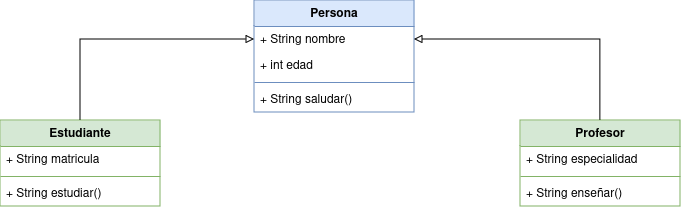
Above: images/diagrama_academica.png in Cdiagal/gestion_academica (draw.io), before the change. Source tidied: cells renumbered, new cells last; positions are measured from the earlier drawing's top-left corner, leaving out a move shared by most shapes.
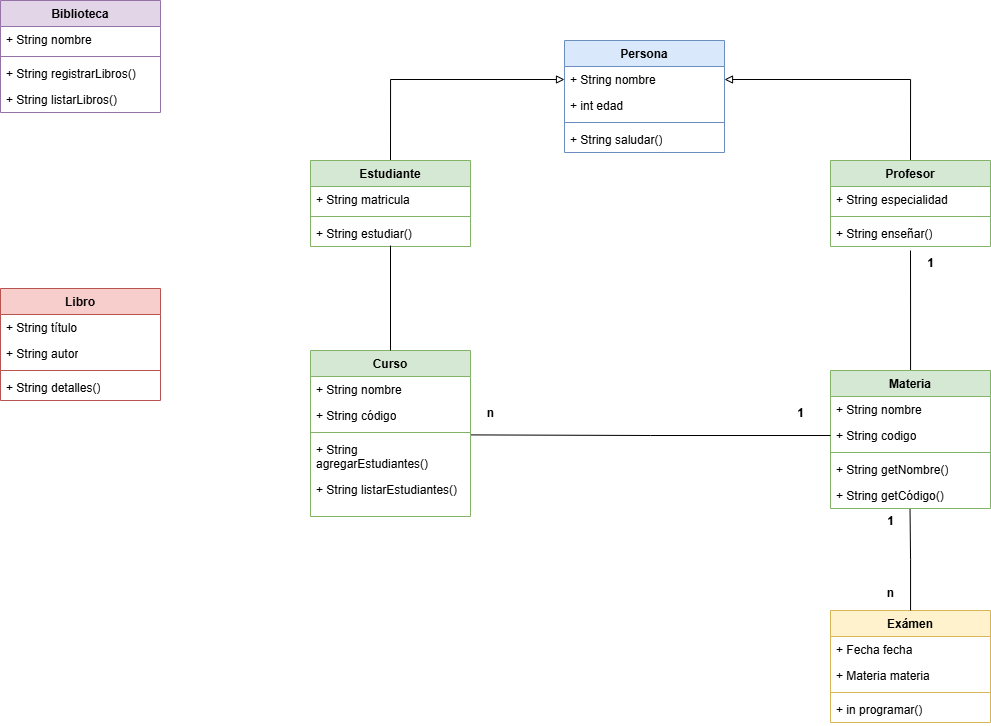
The same diagram one commit later.

Change to the diagram source:
```diff
@@ -47,5 +47,115 @@
     <mxCell id="16" value="+ String estudiar()" style="text;strokeColor=none;fillColor=none;align=left;verticalAlign=top;spacingLeft=4;spacingRight=4;overflow=hidden;points=[[0,0.5],[1,0.5]];portConstraint=eastwest;whiteSpace=wrap;html=1;" parent="13" vertex="1">
       <mxGeometry y="60" width="160" height="26" as="geometry" />
     </mxCell>
+    <mxCell id="17" value="Curso" style="swimlane;fontStyle=1;align=center;verticalAlign=top;horizontal=1;startSize=26;whiteSpace=wrap;html=1;fillColor=#d5e8d4;strokeColor=#82b366;" parent="1" vertex="1">
+      <mxGeometry y="310" width="160" height="166" as="geometry" />
+    </mxCell>
+    <mxCell id="18" value="+ String nombre" style="text;strokeColor=none;fillColor=none;align=left;verticalAlign=top;spacingLeft=4;spacingRight=4;overflow=hidden;whiteSpace=wrap;html=1;" parent="17" vertex="1">
+      <mxGeometry y="26" width="160" height="26" as="geometry" />
+    </mxCell>
+    <mxCell id="19" value="+ String código" style="text;strokeColor=none;fillColor=none;align=left;verticalAlign=top;spacingLeft=4;spacingRight=4;overflow=hidden;whiteSpace=wrap;html=1;" parent="17" vertex="1">
+      <mxGeometry y="52" width="160" height="26" as="geometry" />
+    </mxCell>
+    <mxCell id="20" style="line;strokeWidth=1;fillColor=none;align=left;verticalAlign=middle;spacingTop=-1;spacingLeft=3;spacingRight=3;labelPosition=right;strokeColor=inherit;" parent="17" vertex="1">
+      <mxGeometry y="78" width="160" height="8" as="geometry" />
+    </mxCell>
+    <mxCell id="21" value="+ String agregarEstudiantes()" style="text;strokeColor=none;fillColor=none;align=left;verticalAlign=top;spacingLeft=4;spacingRight=4;overflow=hidden;points=[[0,0.5],[1,0.5]];portConstraint=eastwest;whiteSpace=wrap;html=1;" parent="17" vertex="1">
+      <mxGeometry y="86" width="160" height="40" as="geometry" />
+    </mxCell>
+    <mxCell id="22" value="+ String listarEstudiantes()" style="text;strokeColor=none;fillColor=none;align=left;verticalAlign=top;spacingLeft=4;spacingRight=4;overflow=hidden;whiteSpace=wrap;html=1;" parent="17" vertex="1">
+      <mxGeometry y="126" width="160" height="40" as="geometry" />
+    </mxCell>
+    <mxCell id="23" style="edgeStyle=orthogonalEdgeStyle;rounded=0;jettySize=auto;html=1;entryX=0.5;entryY=0.962;entryDx=0;entryDy=0;entryPerimeter=0;endArrow=none;endFill=0;" parent="1" edge="1" source="17" target="16">
+      <mxGeometry relative="1" as="geometry" />
+    </mxCell>
+    <mxCell id="24" value="Biblioteca" style="swimlane;fontStyle=1;align=center;verticalAlign=top;horizontal=1;startSize=26;whiteSpace=wrap;html=1;fillColor=#e1d5e7;strokeColor=#9673a6;" parent="1" vertex="1">
+      <mxGeometry x="-310" y="-40" width="160" height="112" as="geometry" />
+    </mxCell>
+    <mxCell id="25" value="&lt;div&gt;+ String nombre&lt;/div&gt;&lt;div&gt;&lt;br&gt;&lt;/div&gt;" style="text;strokeColor=none;fillColor=none;align=left;verticalAlign=top;spacingLeft=4;spacingRight=4;overflow=hidden;whiteSpace=wrap;html=1;" parent="24" vertex="1">
+      <mxGeometry y="26" width="160" height="26" as="geometry" />
+    </mxCell>
+    <mxCell id="26" style="line;strokeWidth=1;fillColor=none;align=left;verticalAlign=middle;spacingTop=-1;spacingLeft=3;spacingRight=3;labelPosition=right;strokeColor=inherit;" parent="24" vertex="1">
+      <mxGeometry y="52" width="160" height="8" as="geometry" />
+    </mxCell>
+    <mxCell id="27" value="+ String registrarLibros()" style="text;strokeColor=none;fillColor=none;align=left;verticalAlign=top;spacingLeft=4;spacingRight=4;overflow=hidden;whiteSpace=wrap;html=1;" parent="24" vertex="1">
+      <mxGeometry y="60" width="160" height="26" as="geometry" />
+    </mxCell>
+    <mxCell id="28" value="+ String listarLibros()" style="text;strokeColor=none;fillColor=none;align=left;verticalAlign=top;spacingLeft=4;spacingRight=4;overflow=hidden;whiteSpace=wrap;html=1;" parent="24" vertex="1">
+      <mxGeometry y="86" width="160" height="26" as="geometry" />
+    </mxCell>
+    <mxCell id="29" style="edgeStyle=orthogonalEdgeStyle;rounded=0;jettySize=auto;html=1;endArrow=none;endFill=0;" parent="1" edge="1" source="30">
+      <mxGeometry relative="1" as="geometry">
+        <mxPoint x="600" y="210" as="targetPoint" />
+      </mxGeometry>
+    </mxCell>
+    <mxCell id="30" value="Materia" style="swimlane;fontStyle=1;align=center;verticalAlign=top;horizontal=1;startSize=26;whiteSpace=wrap;html=1;fillColor=#d5e8d4;strokeColor=#82b366;" parent="1" vertex="1">
+      <mxGeometry x="520" y="330" width="160" height="138" as="geometry" />
+    </mxCell>
+    <mxCell id="31" value="&lt;div&gt;+ String nombre&lt;/div&gt;&lt;div&gt;&lt;br&gt;&lt;/div&gt;" style="text;strokeColor=none;fillColor=none;align=left;verticalAlign=top;spacingLeft=4;spacingRight=4;overflow=hidden;whiteSpace=wrap;html=1;" parent="30" vertex="1">
+      <mxGeometry y="26" width="160" height="26" as="geometry" />
+    </mxCell>
+    <mxCell id="32" value="&lt;div&gt;+ String codigo&lt;/div&gt;" style="text;strokeColor=none;fillColor=none;align=left;verticalAlign=top;spacingLeft=4;spacingRight=4;overflow=hidden;points=[[0,0.5],[1,0.5]];portConstraint=eastwest;whiteSpace=wrap;html=1;" parent="30" vertex="1">
+      <mxGeometry y="52" width="160" height="26" as="geometry" />
+    </mxCell>
+    <mxCell id="33" style="line;strokeWidth=1;fillColor=none;align=left;verticalAlign=middle;spacingTop=-1;spacingLeft=3;spacingRight=3;labelPosition=right;strokeColor=inherit;" parent="30" vertex="1">
+      <mxGeometry y="78" width="160" height="8" as="geometry" />
+    </mxCell>
+    <mxCell id="34" value="+ String getNombre()" style="text;strokeColor=none;fillColor=none;align=left;verticalAlign=top;spacingLeft=4;spacingRight=4;overflow=hidden;whiteSpace=wrap;html=1;" parent="30" vertex="1">
+      <mxGeometry y="86" width="160" height="26" as="geometry" />
+    </mxCell>
+    <mxCell id="35" value="+ String getCódigo()" style="text;strokeColor=none;fillColor=none;align=left;verticalAlign=top;spacingLeft=4;spacingRight=4;overflow=hidden;points=[[0,0.5],[1,0.5]];portConstraint=eastwest;whiteSpace=wrap;html=1;" parent="30" vertex="1">
+      <mxGeometry y="112" width="160" height="26" as="geometry" />
+    </mxCell>
+    <mxCell id="36" value="Libro" style="swimlane;fontStyle=1;align=center;verticalAlign=top;horizontal=1;startSize=26;whiteSpace=wrap;html=1;fillColor=#f8cecc;strokeColor=#b85450;" parent="1" vertex="1">
+      <mxGeometry x="-310" y="248" width="160" height="112" as="geometry" />
+    </mxCell>
+    <mxCell id="37" value="&lt;div&gt;+ String título&lt;/div&gt;&lt;div&gt;&lt;br&gt;&lt;/div&gt;" style="text;strokeColor=none;fillColor=none;align=left;verticalAlign=top;spacingLeft=4;spacingRight=4;overflow=hidden;whiteSpace=wrap;html=1;" parent="36" vertex="1">
+      <mxGeometry y="26" width="160" height="26" as="geometry" />
+    </mxCell>
+    <mxCell id="38" value="&lt;div&gt;+ String autor&lt;/div&gt;" style="text;strokeColor=none;fillColor=none;align=left;verticalAlign=top;spacingLeft=4;spacingRight=4;overflow=hidden;whiteSpace=wrap;html=1;" parent="36" vertex="1">
+      <mxGeometry y="52" width="160" height="26" as="geometry" />
+    </mxCell>
+    <mxCell id="39" style="line;strokeWidth=1;fillColor=none;align=left;verticalAlign=middle;spacingTop=-1;spacingLeft=3;spacingRight=3;labelPosition=right;strokeColor=inherit;" parent="36" vertex="1">
+      <mxGeometry y="78" width="160" height="8" as="geometry" />
+    </mxCell>
+    <mxCell id="40" value="+ String detalles()" style="text;strokeColor=none;fillColor=none;align=left;verticalAlign=top;spacingLeft=4;spacingRight=4;overflow=hidden;whiteSpace=wrap;html=1;" parent="36" vertex="1">
+      <mxGeometry y="86" width="160" height="26" as="geometry" />
+    </mxCell>
+    <mxCell id="41" value="Exámen" style="swimlane;fontStyle=1;align=center;verticalAlign=top;horizontal=1;startSize=26;whiteSpace=wrap;html=1;fillColor=#fff2cc;strokeColor=#d6b656;" parent="1" vertex="1">
+      <mxGeometry x="520" y="570" width="160" height="112" as="geometry" />
+    </mxCell>
+    <mxCell id="42" value="&lt;div&gt;+ Fecha fecha&lt;/div&gt;" style="text;strokeColor=none;fillColor=none;align=left;verticalAlign=top;spacingLeft=4;spacingRight=4;overflow=hidden;whiteSpace=wrap;html=1;" parent="41" vertex="1">
+      <mxGeometry y="26" width="160" height="26" as="geometry" />
+    </mxCell>
+    <mxCell id="43" value="&lt;div&gt;+ Materia materia&lt;/div&gt;" style="text;strokeColor=none;fillColor=none;align=left;verticalAlign=top;spacingLeft=4;spacingRight=4;overflow=hidden;whiteSpace=wrap;html=1;" parent="41" vertex="1">
+      <mxGeometry y="52" width="160" height="26" as="geometry" />
+    </mxCell>
+    <mxCell id="44" style="line;strokeWidth=1;fillColor=none;align=left;verticalAlign=middle;spacingTop=-1;spacingLeft=3;spacingRight=3;labelPosition=right;strokeColor=inherit;" parent="41" vertex="1">
+      <mxGeometry y="78" width="160" height="8" as="geometry" />
+    </mxCell>
+    <mxCell id="45" value="+ in programar()" style="text;strokeColor=none;fillColor=none;align=left;verticalAlign=top;spacingLeft=4;spacingRight=4;overflow=hidden;whiteSpace=wrap;html=1;" parent="41" vertex="1">
+      <mxGeometry y="86" width="160" height="26" as="geometry" />
+    </mxCell>
+    <mxCell id="46" value="1" style="text;align=center;fontStyle=1;verticalAlign=middle;spacingLeft=3;spacingRight=3;strokeColor=none;html=1;" parent="1" vertex="1">
+      <mxGeometry x="450" y="360" width="80" height="26" as="geometry" />
+    </mxCell>
+    <mxCell id="47" value="n" style="text;align=center;fontStyle=1;verticalAlign=middle;spacingLeft=3;spacingRight=3;strokeColor=none;html=1;" parent="1" vertex="1">
+      <mxGeometry x="140" y="360" width="80" height="26" as="geometry" />
+    </mxCell>
+    <mxCell id="48" style="edgeStyle=orthogonalEdgeStyle;rounded=0;jettySize=auto;html=1;entryX=1.004;entryY=-0.04;entryDx=0;entryDy=0;entryPerimeter=0;endArrow=none;endFill=0;" parent="1" edge="1" source="32" target="21">
+      <mxGeometry relative="1" as="geometry" />
+    </mxCell>
+    <mxCell id="49" value="1" style="text;align=center;fontStyle=1;verticalAlign=middle;spacingLeft=3;spacingRight=3;strokeColor=none;html=1;" parent="1" vertex="1">
+      <mxGeometry x="580" y="210" width="80" height="26" as="geometry" />
+    </mxCell>
+    <mxCell id="50" style="edgeStyle=orthogonalEdgeStyle;rounded=0;jettySize=auto;html=1;entryX=0.497;entryY=1.02;entryDx=0;entryDy=0;entryPerimeter=0;endArrow=none;endFill=0;" parent="1" edge="1" source="41" target="35">
+      <mxGeometry relative="1" as="geometry" />
+    </mxCell>
+    <mxCell id="51" value="1" style="text;align=center;fontStyle=1;verticalAlign=middle;spacingLeft=3;spacingRight=3;strokeColor=none;html=1;" parent="1" vertex="1">
+      <mxGeometry x="540" y="468" width="80" height="26" as="geometry" />
+    </mxCell>
+    <mxCell id="52" value="n" style="text;align=center;fontStyle=1;verticalAlign=middle;spacingLeft=3;spacingRight=3;strokeColor=none;html=1;" parent="1" vertex="1">
+      <mxGeometry x="540" y="540" width="80" height="26" as="geometry" />
+    </mxCell>
   </root>
 </mxGraphModel>
```
